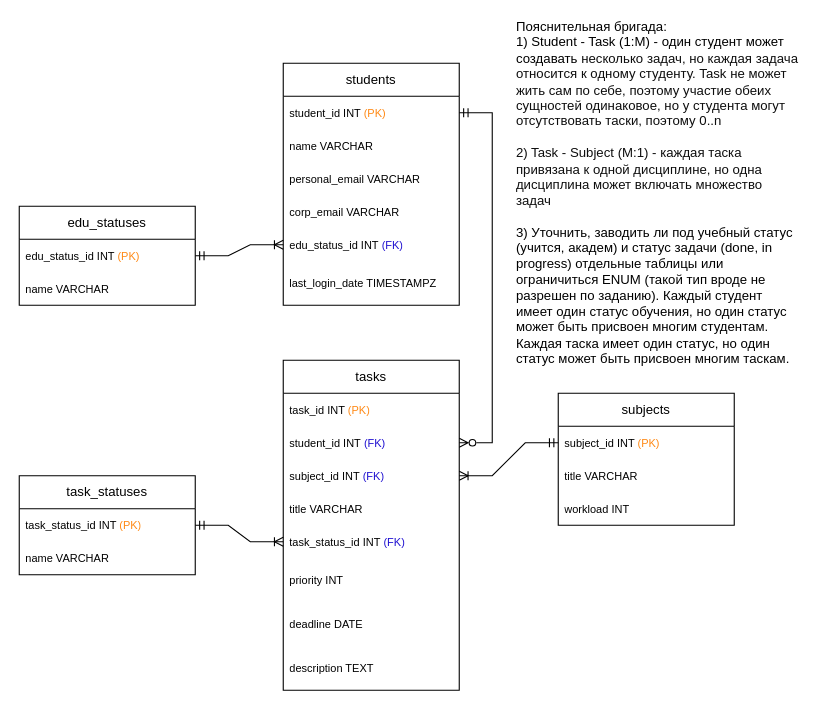
This is Novgorodov_Timofey/ex07_ERD/ex07_ERD.drawio from abdullahproff/BSA21_1, a draw.io file, before an edit. Source tidied: cells renumbered, new cells numbered last; positions are measured from the earlier drawing's top-left corner, leaving out a move shared by most shapes. Both pictures are drawn from the tidied source at 110%, with x=0, y=0 at pixel (19, 30).
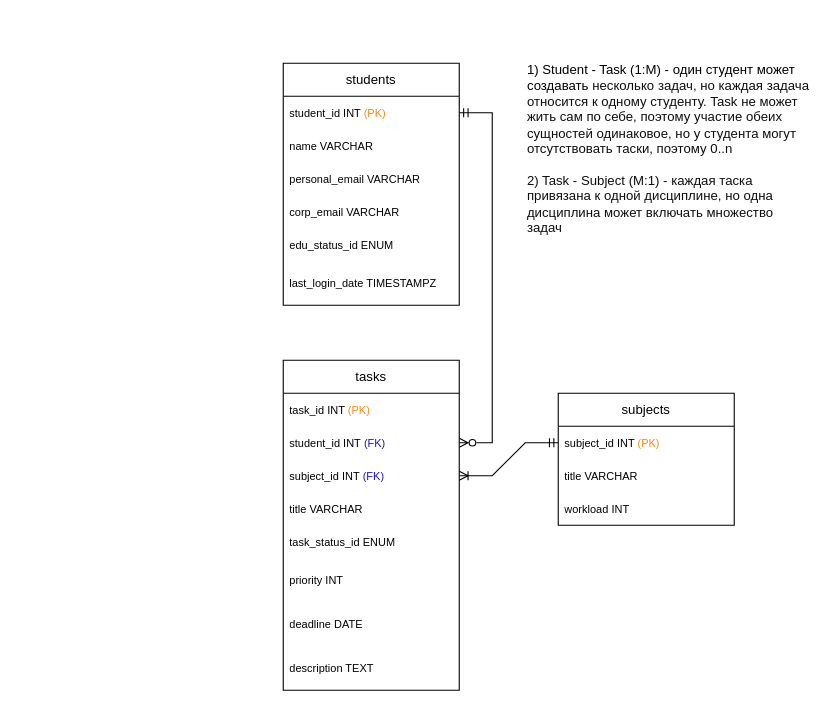
The same diagram, later.

Unchanged cells that the change refers to:
```xml
<mxCell id="2" value="students" style="swimlane;fontStyle=0;horizontal=1;startSize=30;whiteSpace=wrap;html=1;backgroundOutline=0;" parent="1" vertex="1">
  <mxGeometry x="240" y="30" width="160" height="220" as="geometry" />
</mxCell>
<mxCell id="9" value="tasks" style="swimlane;fontStyle=0;horizontal=1;startSize=30;whiteSpace=wrap;html=1;backgroundOutline=0;" parent="1" vertex="1">
  <mxGeometry x="240" y="300" width="160" height="300" as="geometry" />
</mxCell>
```

The edit, as a diff of the source:
```diff
@@
-    <mxCell id="7" value="&lt;font style=&quot;font-size: 10px;&quot;&gt;edu_status_id INT&amp;nbsp;&lt;/font&gt;&lt;span style=&quot;color: rgb(30, 15, 208); font-size: 10px;&quot;&gt;(FK)&lt;/span&gt;" style="text;strokeColor=none;fillColor=none;align=left;verticalAlign=middle;spacingLeft=4;spacingRight=4;overflow=hidden;points=[[0,0.5],[1,0.5]];portConstraint=eastwest;whiteSpace=wrap;html=1;" parent="2" vertex="1">
+    <mxCell id="7" value="&lt;font style=&quot;font-size: 10px;&quot;&gt;edu_status_id ENUM&lt;/font&gt;" style="text;strokeColor=none;fillColor=none;align=left;verticalAlign=middle;spacingLeft=4;spacingRight=4;overflow=hidden;points=[[0,0.5],[1,0.5]];portConstraint=eastwest;whiteSpace=wrap;html=1;" parent="2" vertex="1">
       <mxGeometry y="150" width="160" height="30" as="geometry" />
     </mxCell>
@@
-    <mxCell id="14" value="&lt;font style=&quot;font-size: 10px;&quot;&gt;task_status_id INT&amp;nbsp;&lt;/font&gt;&lt;span style=&quot;color: rgb(30, 15, 208); font-size: 10px;&quot;&gt;(FK)&lt;/span&gt;" style="text;strokeColor=none;fillColor=none;align=left;verticalAlign=middle;spacingLeft=4;spacingRight=4;overflow=hidden;points=[[0,0.5],[1,0.5]];portConstraint=eastwest;whiteSpace=wrap;html=1;" parent="9" vertex="1">
+    <mxCell id="14" value="&lt;font style=&quot;font-size: 10px;&quot;&gt;task_status_id ENUM&lt;/font&gt;" style="text;strokeColor=none;fillColor=none;align=left;verticalAlign=middle;spacingLeft=4;spacingRight=4;overflow=hidden;points=[[0,0.5],[1,0.5]];portConstraint=eastwest;whiteSpace=wrap;html=1;" parent="9" vertex="1">
       <mxGeometry y="150" width="160" height="30" as="geometry" />
     </mxCell>
@@
-    <mxCell id="23" value="&lt;font style=&quot;&quot; face=&quot;Helvetica&quot;&gt;Пояснительная бригада:&lt;br&gt;1) Student - Task (1:M) - один студент может создавать&amp;nbsp;&lt;span style=&quot;background-color: initial;&quot;&gt;&lt;font color=&quot;#0e0e0e&quot;&gt;несколько задач, но каждая задача относится к одному студенту. Task не может жить сам по себе, поэтому участие обеих сущностей одинаковое, но у студента могут отсутствовать таски, поэтому 0..n&lt;/font&gt;&lt;br&gt;&lt;br&gt;&lt;font color=&quot;#0e0e0e&quot;&gt;2) Task - Subject (M:1) - каждая таска привязана к одной дисциплине, но одна дисциплина может включать множество задач&lt;br&gt;&lt;/font&gt;&lt;br&gt;3) Уточнить, заводить ли под учебный статус (учится, академ) и статус задачи (done, in progress) отдельные таблицы или ограничиться ENUM (такой тип вроде не разрешен по заданию). Каждый студент имеет один статус обучения, но один статус может быть присвоен многим студентам. Каждая таска имеет один статус, но один статус может быть присвоен многим таскам.&lt;br&gt;&lt;/span&gt;&lt;/font&gt;&lt;div style=&quot;&quot;&gt;&lt;br&gt;&lt;/div&gt;" style="text;html=1;align=left;verticalAlign=middle;whiteSpace=wrap;rounded=0;" parent="1" vertex="1">
-      <mxGeometry x="450" width="260" height="310" as="geometry" />
+    <mxCell id="23" value="&lt;font style=&quot;&quot; face=&quot;Helvetica&quot;&gt;&lt;br&gt;1) Student - Task (1:M) - один студент может создавать&amp;nbsp;&lt;span style=&quot;background-color: initial;&quot;&gt;&lt;font color=&quot;#0e0e0e&quot;&gt;несколько задач, но каждая задача относится к одному студенту. Task не может жить сам по себе, поэтому участие обеих сущностей одинаковое, но у студента могут отсутствовать таски, поэтому 0..n&lt;/font&gt;&lt;br&gt;&lt;br&gt;&lt;font color=&quot;#0e0e0e&quot;&gt;2) Task - Subject (M:1) - каждая таска привязана к одной дисциплине, но одна дисциплина может включать множество задач&lt;br&gt;&lt;/font&gt;&lt;br&gt;&lt;/span&gt;&lt;/font&gt;&lt;div style=&quot;&quot;&gt;&lt;br&gt;&lt;/div&gt;" style="text;html=1;align=left;verticalAlign=middle;whiteSpace=wrap;rounded=0;" parent="1" vertex="1">
+      <mxGeometry x="460" y="30" width="260" height="170" as="geometry" />
     </mxCell>
@@
-    <mxCell id="25" value="edu_statuses" style="swimlane;fontStyle=0;horizontal=1;startSize=30;whiteSpace=wrap;html=1;backgroundOutline=0;" parent="1" vertex="1">
-      <mxGeometry y="160" width="160" height="90" as="geometry" />
-    </mxCell>
-    <mxCell id="26" value="edu_status_id INT &lt;font style=&quot;font-size: 10px;&quot; color=&quot;#ff8813&quot;&gt;(PK)&lt;/font&gt;" style="text;strokeColor=none;fillColor=none;align=left;verticalAlign=middle;spacingLeft=4;spacingRight=4;overflow=hidden;points=[[0,0.5],[1,0.5]];portConstraint=eastwest;whiteSpace=wrap;html=1;fontSize=10;" parent="25" vertex="1">
-      <mxGeometry y="30" width="160" height="30" as="geometry" />
-    </mxCell>
-    <mxCell id="27" value="name VARCHAR" style="text;strokeColor=none;fillColor=none;align=left;verticalAlign=middle;spacingLeft=4;spacingRight=4;overflow=hidden;whiteSpace=wrap;html=1;fontSize=10;" parent="25" vertex="1">
-      <mxGeometry y="60" width="160" height="30" as="geometry" />
-    </mxCell>
-    <mxCell id="28" value="task_statuses" style="swimlane;fontStyle=0;horizontal=1;startSize=30;whiteSpace=wrap;html=1;backgroundOutline=0;" parent="1" vertex="1">
-      <mxGeometry y="405" width="160" height="90" as="geometry" />
-    </mxCell>
-    <mxCell id="29" value="task_status_id INT &lt;font style=&quot;font-size: 10px;&quot; color=&quot;#ff8813&quot;&gt;(PK)&lt;/font&gt;" style="text;strokeColor=none;fillColor=none;align=left;verticalAlign=middle;spacingLeft=4;spacingRight=4;overflow=hidden;points=[[0,0.5],[1,0.5]];portConstraint=eastwest;whiteSpace=wrap;html=1;fontSize=10;" parent="28" vertex="1">
-      <mxGeometry y="30" width="160" height="30" as="geometry" />
-    </mxCell>
-    <mxCell id="30" value="name VARCHAR" style="text;strokeColor=none;fillColor=none;align=left;verticalAlign=middle;spacingLeft=4;spacingRight=4;overflow=hidden;whiteSpace=wrap;html=1;fontSize=10;" parent="28" vertex="1">
-      <mxGeometry y="60" width="160" height="30" as="geometry" />
-    </mxCell>
-    <mxCell id="31" style="edgeStyle=entityRelationEdgeStyle;fontSize=12;html=1;endArrow=ERoneToMany;startArrow=ERmandOne;rounded=0;exitX=1;exitY=0.5;exitDx=0;exitDy=0;" parent="1" edge="1" source="26" target="7">
-      <mxGeometry relative="1" as="geometry" />
-    </mxCell>
-    <mxCell id="32" style="edgeStyle=entityRelationEdgeStyle;fontSize=12;html=1;endArrow=ERoneToMany;startArrow=ERmandOne;rounded=0;entryX=0;entryY=0.5;entryDx=0;entryDy=0;" parent="1" edge="1" source="29" target="14">
-      <mxGeometry relative="1" as="geometry" />
-    </mxCell>
```
